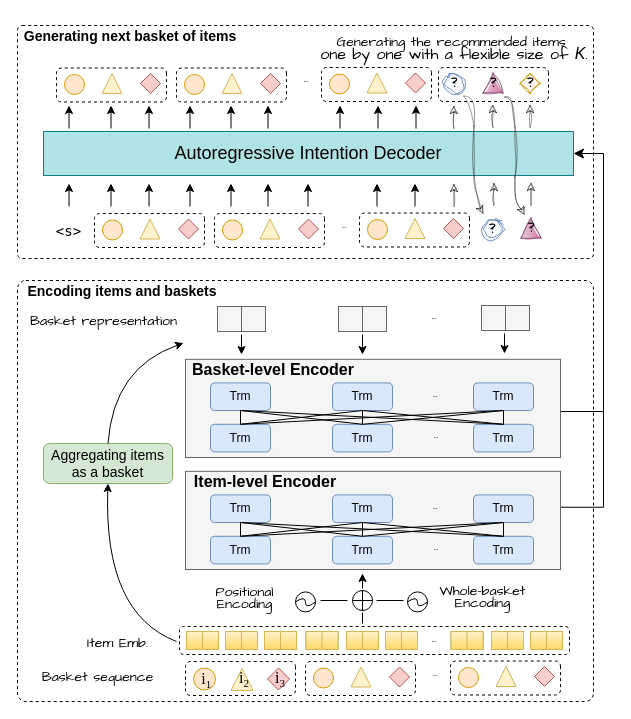
Above: architecture.drawio in wenqisun/data (draw.io), before the change. Source tidied: cells renumbered, new cells numbered last; positions are measured from the earlier drawing's top-left corner, leaving out a move shared by most shapes. Both pictures are drawn from the tidied source at 100%, with x=0, y=0 at pixel (17, 17).
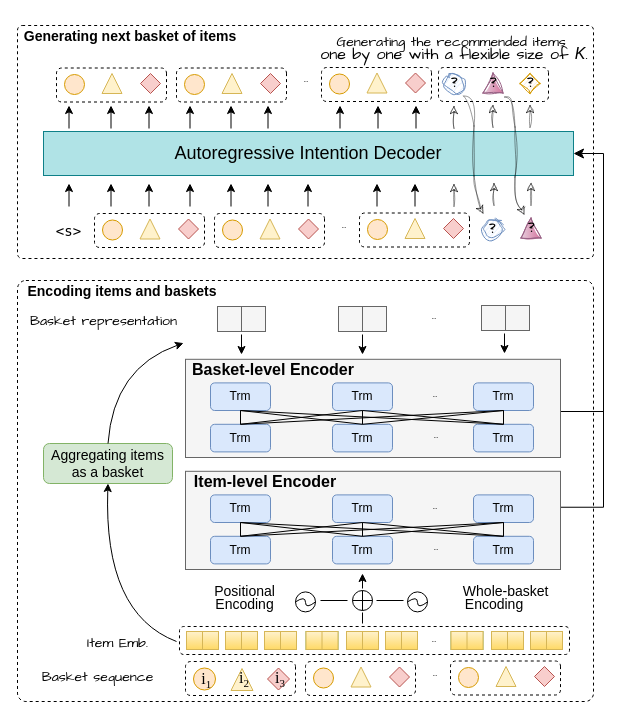
After the change.

Change to the diagram source:
```diff
@@
-    <mxCell id="17" value="&lt;p style=&quot;line-height: 0%;&quot;&gt;&lt;font style=&quot;font-size: 14px;&quot; face=&quot;Comic Sans MS&quot;&gt;Whole-basket&lt;/font&gt;&lt;/p&gt;&lt;p style=&quot;line-height: 0%;&quot;&gt;&lt;font face=&quot;Comic Sans MS&quot;&gt;&lt;span style=&quot;font-size: 14px;&quot;&gt;Encoding&lt;/span&gt;&lt;/font&gt;&lt;/p&gt;" style="text;strokeColor=none;align=center;fillColor=none;html=1;verticalAlign=middle;whiteSpace=wrap;rounded=0;dashed=1;" parent="1" vertex="1">
-      <mxGeometry x="409.5" y="565" width="110.5" height="30" as="geometry" />
+    <mxCell id="17" value="&lt;p style=&quot;line-height: 0%;&quot;&gt;&lt;font style=&quot;font-size: 14px;&quot;&gt;&amp;nbsp; &amp;nbsp; &amp;nbsp; Whole-basket&lt;/font&gt;&lt;/p&gt;&lt;p style=&quot;line-height: 0%;&quot;&gt;&lt;span style=&quot;font-size: 14px;&quot;&gt;Encoding&lt;/span&gt;&lt;/p&gt;" style="text;strokeColor=none;align=center;fillColor=none;html=1;verticalAlign=middle;whiteSpace=wrap;rounded=0;dashed=1;" parent="1" vertex="1">
+      <mxGeometry x="412" y="565" width="130" height="30" as="geometry" />
     </mxCell>
-    <mxCell id="18" value="&lt;p style=&quot;line-height: 0%;&quot;&gt;&lt;font style=&quot;font-size: 14px;&quot; face=&quot;Comic Sans MS&quot;&gt;Positional&lt;/font&gt;&lt;/p&gt;&lt;p style=&quot;line-height: 0%;&quot;&gt;&lt;font style=&quot;font-size: 14px;&quot; face=&quot;Comic Sans MS&quot;&gt;Encoding&lt;/font&gt;&lt;/p&gt;" style="text;strokeColor=none;align=center;fillColor=none;html=1;verticalAlign=middle;whiteSpace=wrap;rounded=0;dashed=1;" parent="1" vertex="1">
+    <mxCell id="18" value="&lt;p style=&quot;line-height: 0%;&quot;&gt;&lt;font style=&quot;font-size: 14px;&quot;&gt;Positional&lt;/font&gt;&lt;/p&gt;&lt;p style=&quot;line-height: 0%;&quot;&gt;&lt;font style=&quot;font-size: 14px;&quot;&gt;Encoding&lt;/font&gt;&lt;/p&gt;" style="text;strokeColor=none;align=center;fillColor=none;html=1;verticalAlign=middle;whiteSpace=wrap;rounded=0;dashed=1;" parent="1" vertex="1">
       <mxGeometry x="177.5" y="565" width="98.5" height="30" as="geometry" />
     </mxCell>
```
